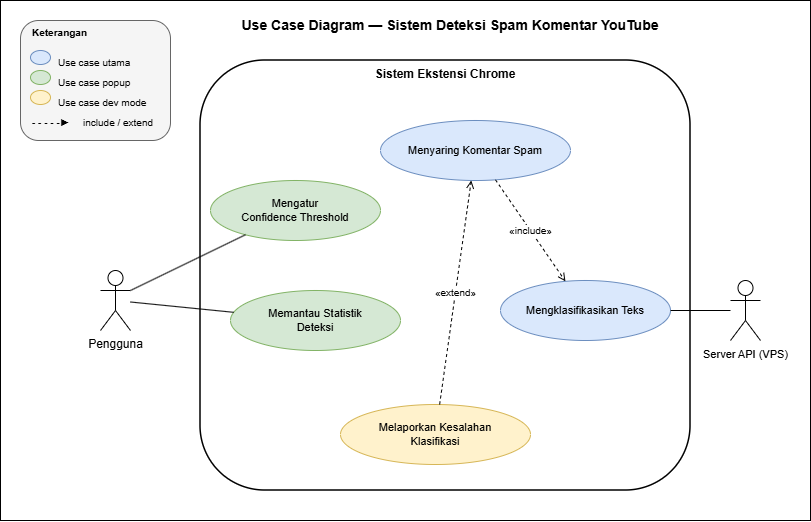
Earlier version of the draw.io export diagram/use_case_diagram.drawio.png (yusufwdn/judol-detector). Source tidied: cells renumbered, new cells last; positions are measured from the earlier drawing's top-left corner, leaving out a move shared by most shapes.
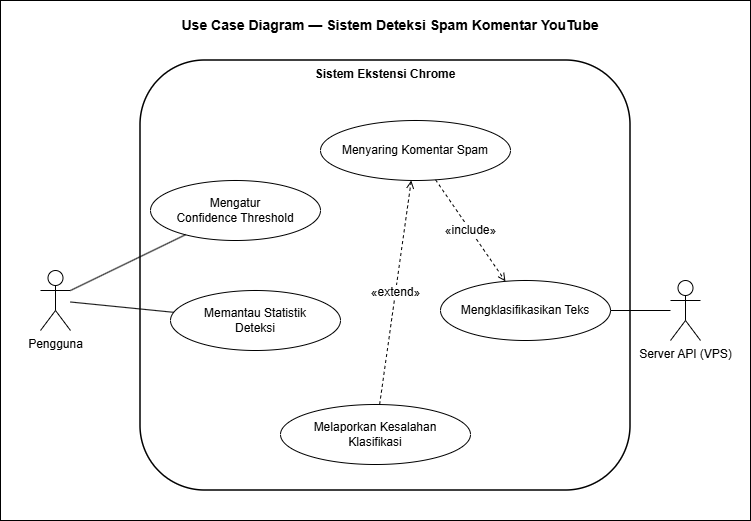
After the commit.

Commit message:
feat: update diagrams for inference pipeline and use case diagram

The edit, as a diff of the source:
```diff
@@ -2,13 +2,13 @@
   <root>
     <mxCell id="0" />
     <mxCell id="1" parent="0" />
-    <mxCell id="2" style="rounded=0;whiteSpace=wrap;html=1;" parent="1" vertex="1">
-      <mxGeometry width="810" height="520" as="geometry" />
+    <mxCell id="2" style="rounded=0;whiteSpace=wrap;html=1;fontSize=12;" parent="1" vertex="1">
+      <mxGeometry x="60" width="750" height="520" as="geometry" />
     </mxCell>
-    <mxCell id="3" value="Use Case Diagram — Sistem Deteksi Spam Komentar YouTube" style="text;html=1;strokeColor=none;fillColor=none;align=center;verticalAlign=middle;whiteSpace=wrap;rounded=0;fontSize=14;fontStyle=1;" parent="1" vertex="1">
+    <mxCell id="3" value="&lt;font style=&quot;font-size: 14px;&quot;&gt;Use Case Diagram — Sistem Deteksi Spam Komentar YouTube&lt;/font&gt;" style="text;html=1;align=center;verticalAlign=middle;whiteSpace=wrap;rounded=0;fontSize=12;fontStyle=1;" parent="1" vertex="1">
       <mxGeometry x="100" y="10" width="700" height="30" as="geometry" />
     </mxCell>
-    <mxCell id="4" value="Sistem Ekstensi Chrome" style="rounded=1;whiteSpace=wrap;html=1;fillColor=none;strokeColor=#000000;strokeWidth=1.5;strokeDasharray=8 4;fontSize=12;fontStyle=1;verticalAlign=top;" parent="1" vertex="1">
+    <mxCell id="4" value="Sistem Ekstensi Chrome" style="rounded=1;whiteSpace=wrap;html=1;strokeWidth=1.5;strokeDasharray=8 4;fontSize=12;fontStyle=1;verticalAlign=top;" parent="1" vertex="1">
       <mxGeometry x="200" y="60" width="490" height="430" as="geometry" />
     </mxCell>
     <mxCell id="5" style="endArrow=none;html=1;strokeColor=#000000;strokeWidth=1.5;" parent="1" edge="1">
@@ -35,19 +35,19 @@
     <mxCell id="12" style="endArrow=none;html=1;strokeColor=#000000;strokeWidth=1.5;" parent="1" edge="1">
       <mxGeometry x="950" y="350" as="geometry" />
     </mxCell>
-    <mxCell id="13" value="Menyaring Komentar Spam" style="ellipse;whiteSpace=wrap;html=1;fillColor=#dae8fc;strokeColor=#6c8ebf;fontSize=11;" parent="1" vertex="1">
+    <mxCell id="13" value="Menyaring Komentar Spam" style="ellipse;whiteSpace=wrap;html=1;fontSize=12;" parent="1" vertex="1">
       <mxGeometry x="380" y="120" width="190" height="60" as="geometry" />
     </mxCell>
-    <mxCell id="14" value="Mengklasifikasikan Teks" style="ellipse;whiteSpace=wrap;html=1;fillColor=#dae8fc;strokeColor=#6c8ebf;fontSize=11;" parent="1" vertex="1">
+    <mxCell id="14" value="Mengklasifikasikan Teks" style="ellipse;whiteSpace=wrap;html=1;fontSize=12;" parent="1" vertex="1">
       <mxGeometry x="500" y="280" width="170" height="60" as="geometry" />
     </mxCell>
-    <mxCell id="15" value="Mengatur&#10;Confidence Threshold" style="ellipse;whiteSpace=wrap;html=1;fillColor=#d5e8d4;strokeColor=#82b366;fontSize=11;" parent="1" vertex="1">
+    <mxCell id="15" value="Mengatur&#10;Confidence Threshold" style="ellipse;whiteSpace=wrap;html=1;fontSize=12;" parent="1" vertex="1">
       <mxGeometry x="210" y="180" width="170" height="60" as="geometry" />
     </mxCell>
-    <mxCell id="16" value="Memantau Statistik&#10;Deteksi" style="ellipse;whiteSpace=wrap;html=1;fillColor=#d5e8d4;strokeColor=#82b366;fontSize=11;" parent="1" vertex="1">
+    <mxCell id="16" value="Memantau Statistik&#10;Deteksi" style="ellipse;whiteSpace=wrap;html=1;fontSize=12;" parent="1" vertex="1">
       <mxGeometry x="230" y="290" width="170" height="60" as="geometry" />
     </mxCell>
-    <mxCell id="17" value="Melaporkan Kesalahan&#10;Klasifikasi" style="ellipse;whiteSpace=wrap;html=1;fillColor=#fff2cc;strokeColor=#d6b656;fontSize=11;" parent="1" vertex="1">
+    <mxCell id="17" value="Melaporkan Kesalahan&#10;Klasifikasi" style="ellipse;whiteSpace=wrap;html=1;fontSize=12;" parent="1" vertex="1">
       <mxGeometry x="340" y="404" width="190" height="60" as="geometry" />
     </mxCell>
     <mxCell id="18" style="endArrow=none;html=1;strokeColor=#000000;" parent="1" edge="1" source="5" target="13">
@@ -57,59 +57,26 @@
         </Array>
       </mxGeometry>
     </mxCell>
-    <mxCell id="19" style="endArrow=none;html=1;strokeColor=#000000;exitX=1;exitY=0.3333333333333333;exitDx=0;exitDy=0;exitPerimeter=0;" parent="1" edge="1" source="24" target="15">
+    <mxCell id="19" style="endArrow=none;html=1;exitX=1;exitY=0.3333333333333333;exitDx=0;exitDy=0;exitPerimeter=0;fontSize=12;" parent="1" edge="1" source="24" target="15">
       <mxGeometry relative="1" as="geometry" />
     </mxCell>
-    <mxCell id="20" style="endArrow=none;html=1;strokeColor=#000000;" parent="1" edge="1" source="24" target="16">
+    <mxCell id="20" style="endArrow=none;html=1;fontSize=12;" parent="1" edge="1" source="24" target="16">
       <mxGeometry relative="1" as="geometry" />
     </mxCell>
-    <mxCell id="21" style="endArrow=none;html=1;strokeColor=#000000;" parent="1" edge="1" source="25" target="14">
+    <mxCell id="21" style="endArrow=none;html=1;fontSize=12;" parent="1" edge="1" source="25" target="14">
       <mxGeometry relative="1" as="geometry" />
     </mxCell>
-    <mxCell id="22" value="«include»" style="endArrow=open;endFill=0;html=1;strokeColor=#000000;dashed=1;fontSize=10;" parent="1" edge="1" source="13" target="14">
+    <mxCell id="22" value="«include»" style="endArrow=open;endFill=0;html=1;dashed=1;fontSize=12;" parent="1" edge="1" source="13" target="14">
       <mxGeometry relative="1" as="geometry" />
     </mxCell>
-    <mxCell id="23" value="«extend»" style="endArrow=open;endFill=0;html=1;strokeColor=#000000;dashed=1;fontSize=10;" parent="1" edge="1" source="17" target="13">
+    <mxCell id="23" value="«extend»" style="endArrow=open;endFill=0;html=1;dashed=1;fontSize=12;" parent="1" edge="1" source="17" target="13">
       <mxGeometry relative="1" as="geometry" />
     </mxCell>
-    <mxCell id="24" value="Pengguna" style="shape=umlActor;verticalLabelPosition=bottom;verticalAlign=top;html=1;outlineConnect=0;" parent="1" vertex="1">
+    <mxCell id="24" value="Pengguna" style="shape=umlActor;verticalLabelPosition=bottom;verticalAlign=top;html=1;outlineConnect=0;fontSize=12;" parent="1" vertex="1">
       <mxGeometry x="100" y="270" width="30" height="60" as="geometry" />
     </mxCell>
-    <mxCell id="25" value="&lt;span style=&quot;font-size: 11px;&quot;&gt;Server API (VPS)&lt;/span&gt;" style="shape=umlActor;verticalLabelPosition=bottom;verticalAlign=top;html=1;outlineConnect=0;" parent="1" vertex="1">
+    <mxCell id="25" value="&lt;span&gt;Server API (VPS)&lt;/span&gt;" style="shape=umlActor;verticalLabelPosition=bottom;verticalAlign=top;html=1;outlineConnect=0;fontSize=12;" parent="1" vertex="1">
       <mxGeometry x="730" y="280" width="30" height="60" as="geometry" />
     </mxCell>
-    <mxCell id="26" style="group;" parent="1" vertex="1">
-      <mxGeometry x="20" y="20" width="170" height="120" as="geometry" />
-    </mxCell>
-    <mxCell id="27" style="rounded=1;whiteSpace=wrap;html=1;fillColor=#f5f5f5;strokeColor=#666666;fontSize=10;" parent="26" vertex="1">
-      <mxGeometry width="150" height="120" as="geometry" />
-    </mxCell>
-    <mxCell id="28" value="Keterangan" style="text;html=1;strokeColor=none;fillColor=none;align=left;fontSize=10;fontStyle=1;" parent="26" vertex="1">
-      <mxGeometry x="10" width="160" height="16" as="geometry" />
-    </mxCell>
-    <mxCell id="29" style="ellipse;fillColor=#dae8fc;strokeColor=#6c8ebf;" parent="26" vertex="1">
-      <mxGeometry x="10" y="30" width="20" height="14" as="geometry" />
-    </mxCell>
-    <mxCell id="30" value="Use case utama" style="text;html=1;strokeColor=none;fillColor=none;align=left;fontSize=10;" parent="26" vertex="1">
-      <mxGeometry x="36" y="30" width="94" height="14" as="geometry" />
-    </mxCell>
-    <mxCell id="31" style="ellipse;fillColor=#d5e8d4;strokeColor=#82b366;" parent="26" vertex="1">
-      <mxGeometry x="10" y="50" width="20" height="14" as="geometry" />
-    </mxCell>
-    <mxCell id="32" value="Use case popup" style="text;html=1;strokeColor=none;fillColor=none;align=left;fontSize=10;" parent="26" vertex="1">
-      <mxGeometry x="36" y="50" width="84" height="14" as="geometry" />
-    </mxCell>
-    <mxCell id="33" style="ellipse;fillColor=#fff2cc;strokeColor=#d6b656;" parent="26" vertex="1">
-      <mxGeometry x="10" y="70" width="20" height="14" as="geometry" />
-    </mxCell>
-    <mxCell id="34" value="Use case dev mode" style="text;html=1;strokeColor=none;fillColor=none;align=left;fontSize=10;" parent="26" vertex="1">
-      <mxGeometry x="36" y="70" width="94" height="14" as="geometry" />
-    </mxCell>
-    <mxCell id="35" value="- - - - -►" style="text;html=1;strokeColor=none;fillColor=none;align=left;fontSize=10;" parent="26" vertex="1">
-      <mxGeometry x="10" y="90" width="80" height="14" as="geometry" />
-    </mxCell>
-    <mxCell id="36" value="include / extend" style="text;html=1;strokeColor=none;fillColor=none;align=left;fontSize=10;" parent="26" vertex="1">
-      <mxGeometry x="61" y="90" width="69" height="14" as="geometry" />
-    </mxCell>
   </root>
 </mxGraphModel>
```
